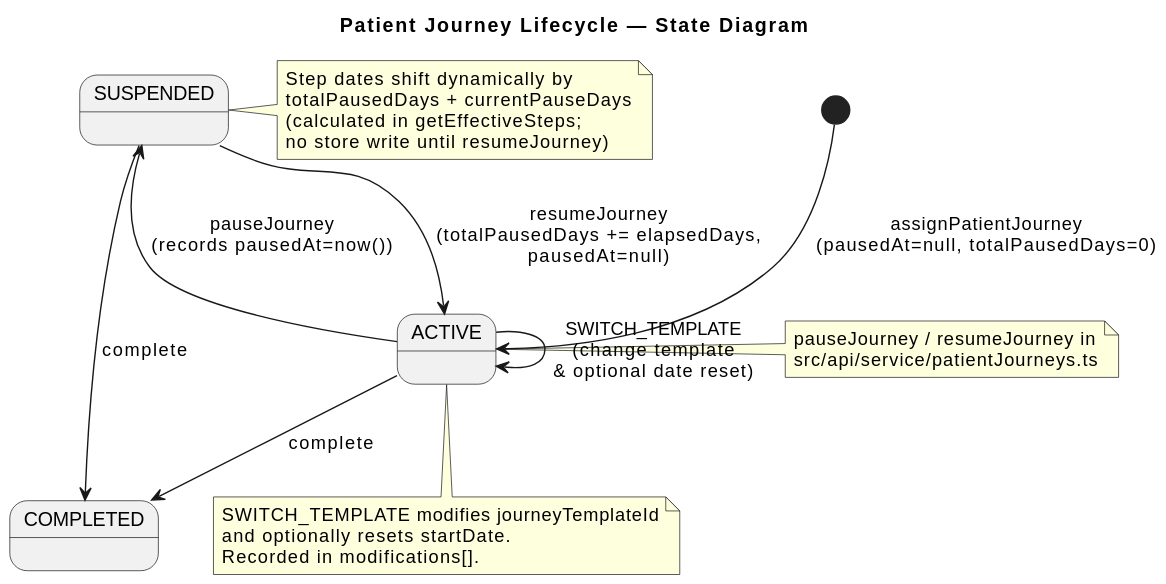
This is docs/diagrams/patient-journey-lifecycle.svg from gforge/DUK, a PlantUML export, as it was before one commit.
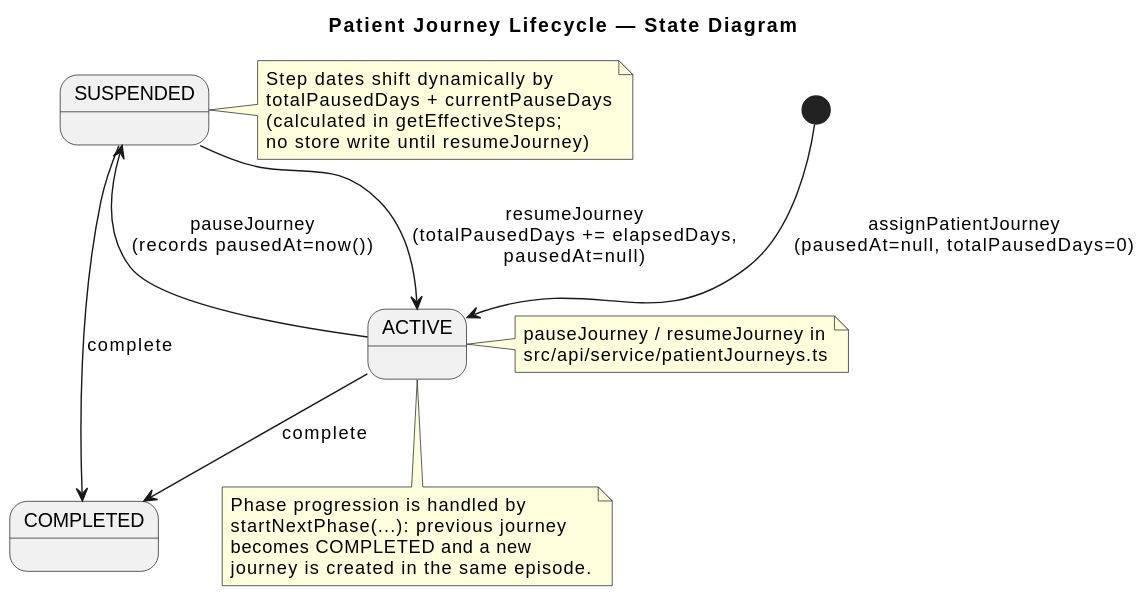
The same file after the commit.

Change to the diagram source:
```diff
@@ -12,8 +12,6 @@
 ACTIVE --> COMPLETED : complete
 SUSPENDED --> COMPLETED : complete
 
-ACTIVE --> ACTIVE : SWITCH_TEMPLATE\n(change template\n& optional date reset)
-
 note right of SUSPENDED
   Step dates shift dynamically by
   totalPausedDays + currentPauseDays
@@ -27,8 +25,9 @@
 end note
 
 note bottom of ACTIVE
-  SWITCH_TEMPLATE modifies journeyTemplateId
-  and optionally resets startDate.
-  Recorded in modifications[].
+  Phase progression is handled by
+  startNextPhase(...): previous journey
+  becomes COMPLETED and a new
+  journey is created in the same episode.
 end note
 @enduml
```
